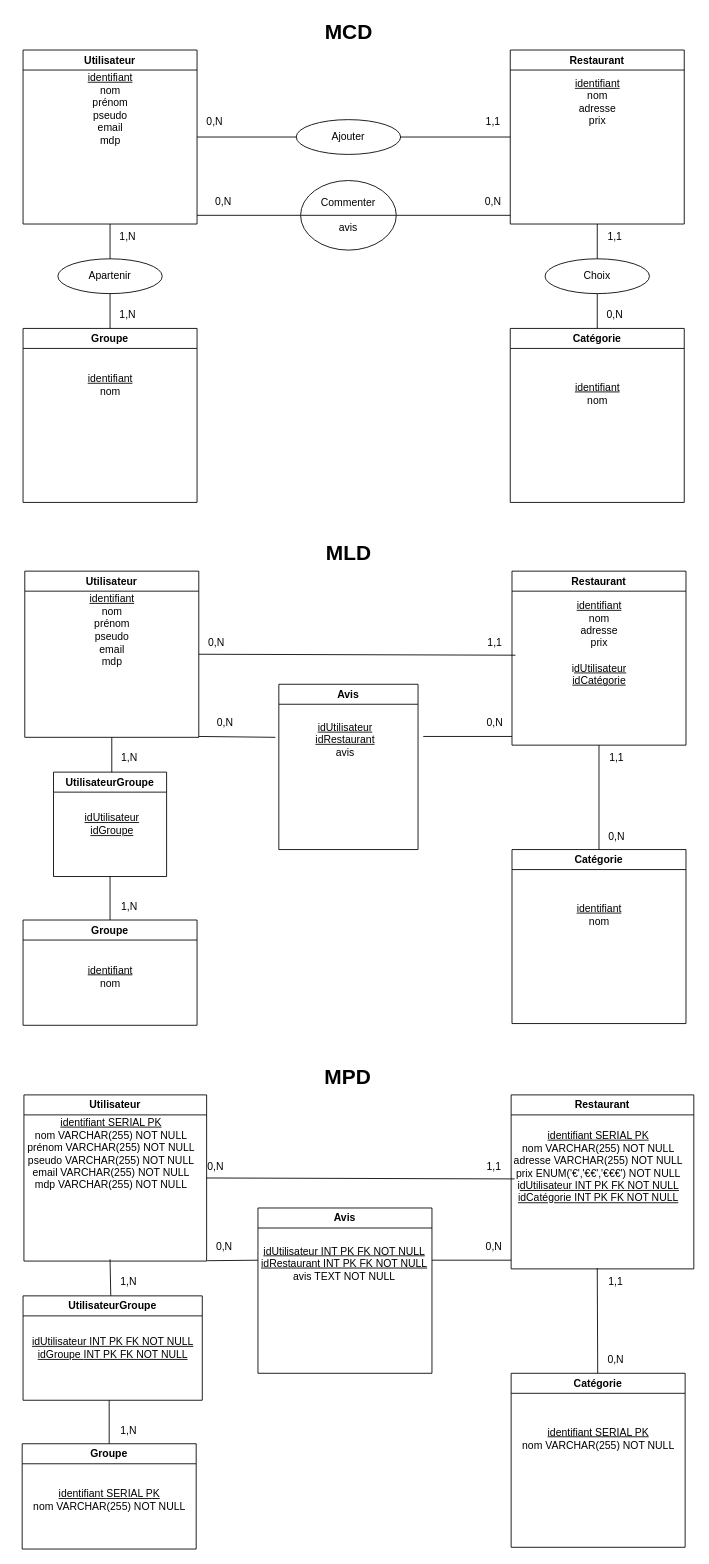
Above: filRouge.drawio in JeromeC7/LesRestoDesPotos (draw.io), before the change. Source tidied: cells renumbered, new cells numbered last; positions are measured from the earlier drawing's top-left corner, leaving out a move shared by most shapes. Both pictures are drawn from the tidied source at 87%, with x=0, y=0 at pixel (15, 15).
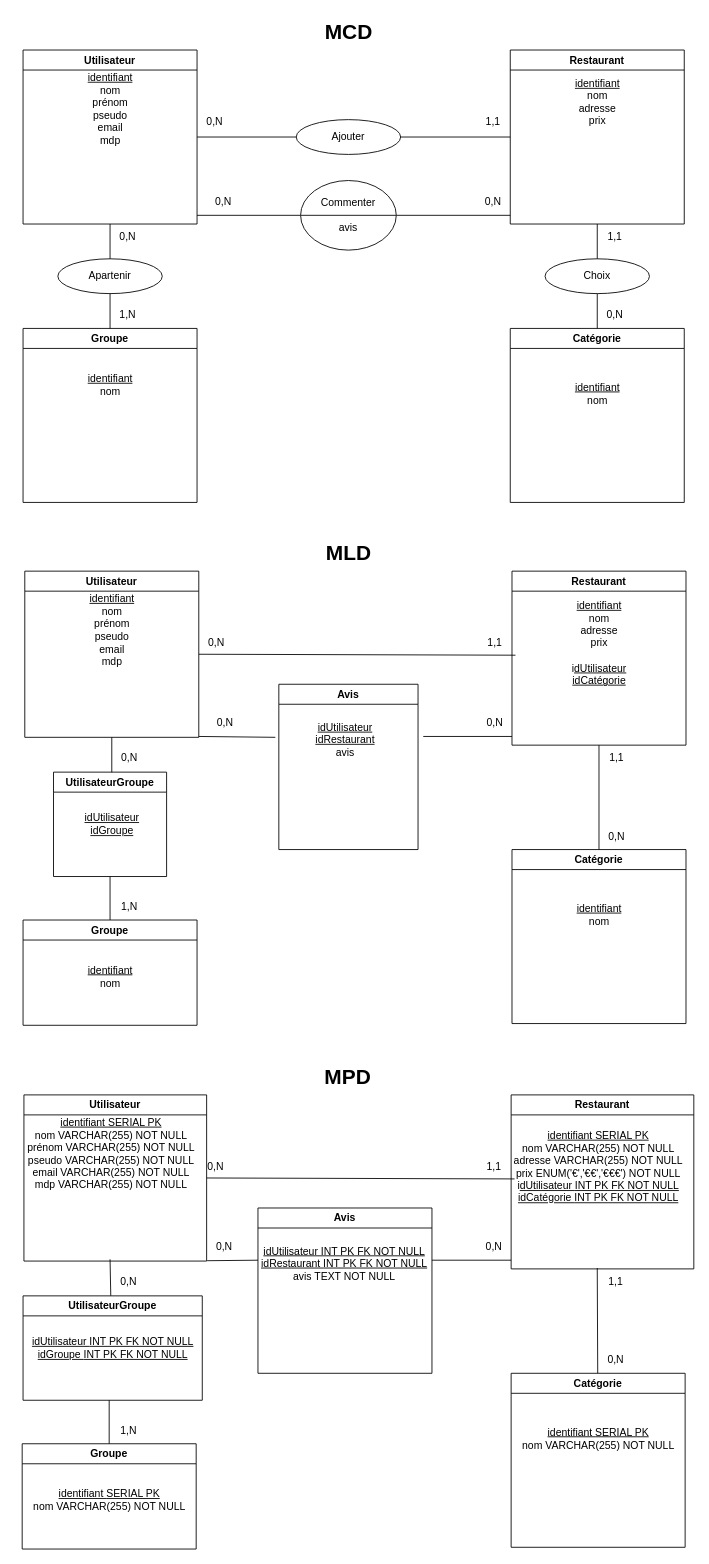
Above is the later version.

Commit message:
Mettre à jour filRouge.drawio

What changed in the source:
```diff
@@
-    <mxCell id="29" value="1,N" style="text;html=1;align=center;verticalAlign=middle;strokeColor=none;fillColor=none;" parent="1" vertex="1">
+    <mxCell id="29" value="0,N" style="text;html=1;align=center;verticalAlign=middle;strokeColor=none;fillColor=none;" parent="1" vertex="1">
       <mxGeometry x="109" y="240" width="40" height="30" as="geometry" />
     </mxCell>
@@
-    <mxCell id="51" value="1,N" style="text;html=1;align=center;verticalAlign=middle;strokeColor=none;fillColor=none;" parent="1" vertex="1">
+    <mxCell id="51" value="0,N" style="text;html=1;align=center;verticalAlign=middle;strokeColor=none;fillColor=none;" parent="1" vertex="1">
       <mxGeometry x="111" y="839" width="40" height="30" as="geometry" />
     </mxCell>
@@
-    <mxCell id="78" value="1,N" style="text;html=1;align=center;verticalAlign=middle;strokeColor=none;fillColor=none;" parent="1" vertex="1">
+    <mxCell id="78" value="0,N" style="text;html=1;align=center;verticalAlign=middle;strokeColor=none;fillColor=none;" parent="1" vertex="1">
       <mxGeometry x="110" y="1441" width="40" height="30" as="geometry" />
     </mxCell>
```
